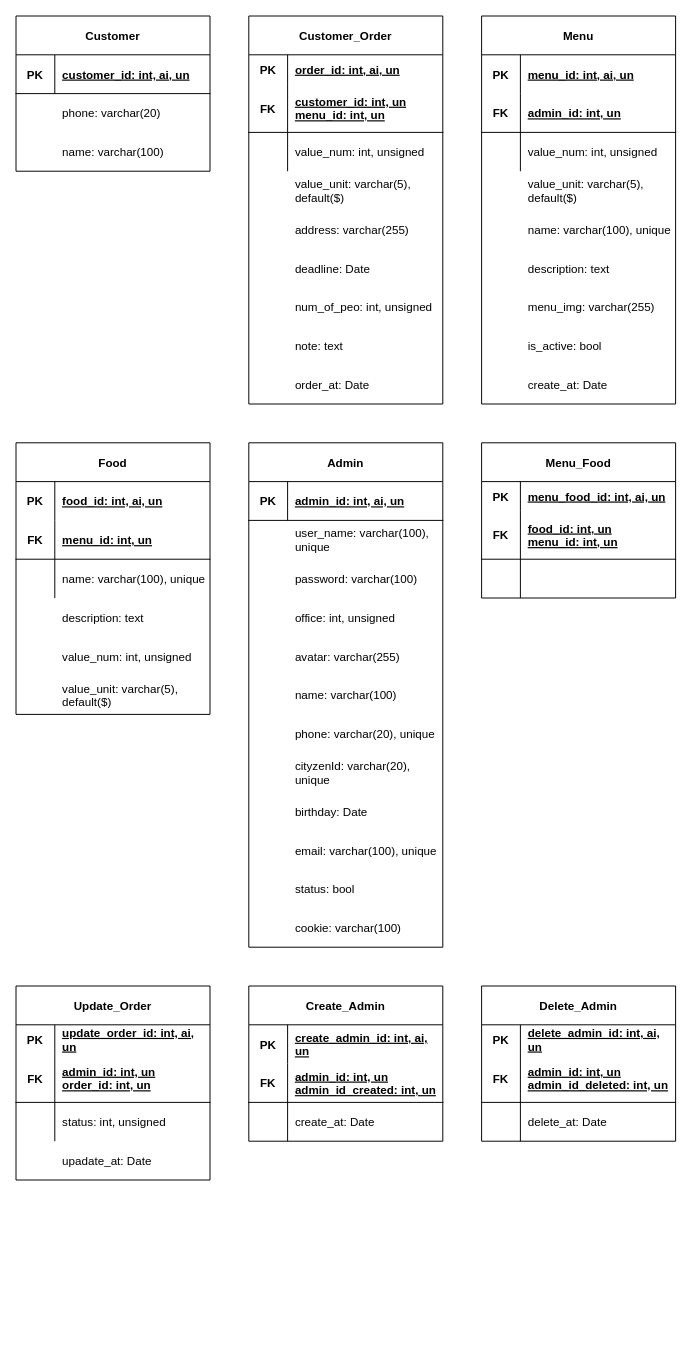
Above: phan_tich/database/database.drawio in caoduonggithub/gourmet-au-catering (draw.io), before the change. Source tidied: cells renumbered, new cells numbered last; positions are measured from the earlier drawing's top-left corner, leaving out a move shared by most shapes. Both pictures are drawn from the tidied source at 97%, with x=0, y=0 at pixel (16, 16).
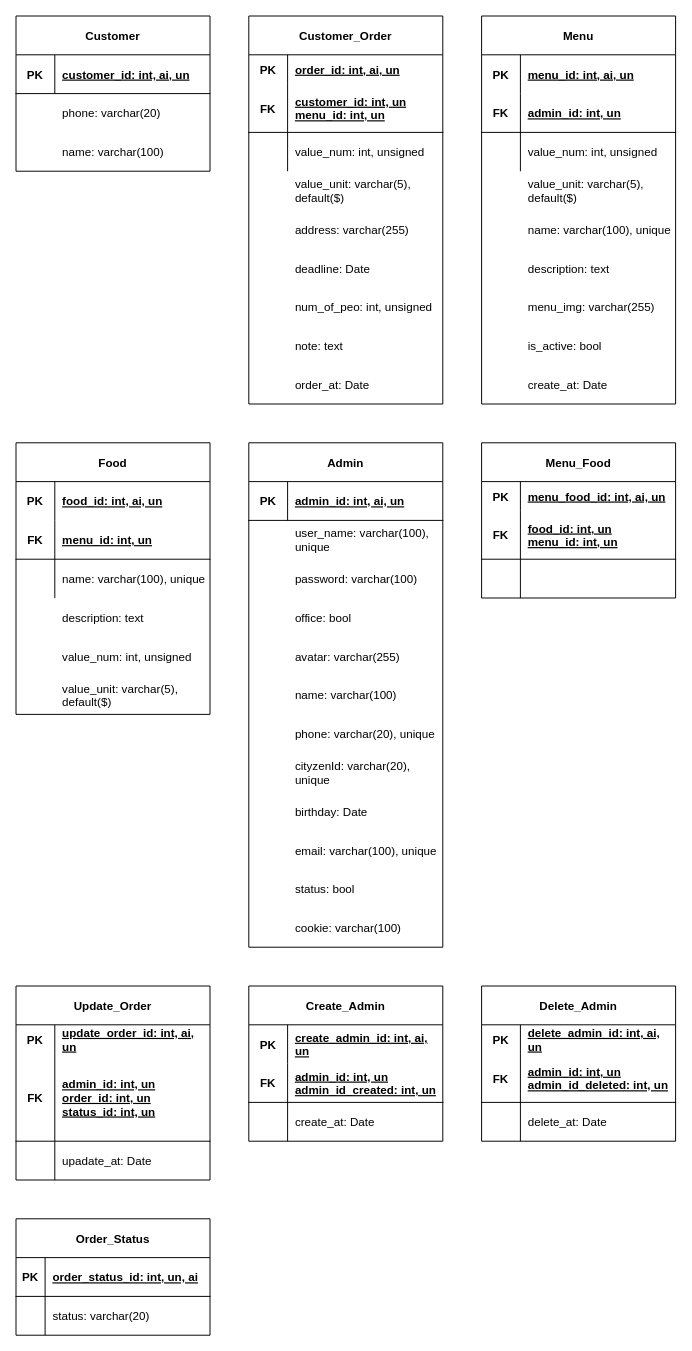
The same diagram, later.

Commit message (it also covers changes not shown here):
Create class Database

The change refers to these unchanged cells:
```xml
<mxCell id="55" value="Update_Order" style="shape=table;startSize=40;childLayout=tableLayout;rowLines=0;fontStyle=1;align=center;" parent="1" vertex="1">
  <mxGeometry y="1000" width="200" height="200" as="geometry" />
</mxCell>
```

The edit, as a diff of the source:
```diff
@@
-    <mxCell id="49" value="office: int, unsigned" style="shape=partialRectangle;fillColor=none;top=0;left=0;bottom=0;right=0;align=left;spacingLeft=6;overflow=hidden;" parent="1" vertex="1">
+    <mxCell id="49" value="office: bool" style="shape=partialRectangle;fillColor=none;top=0;left=0;bottom=0;right=0;align=left;spacingLeft=6;overflow=hidden;" parent="1" vertex="1">
       <mxGeometry x="280" y="600" width="160" height="40" as="geometry" />
     </mxCell>
@@
     <mxCell id="59" style="shape=partialRectangle;fillColor=none;top=0;left=0;bottom=1;right=0;" parent="55" vertex="1">
-      <mxGeometry y="70" width="200" height="50" as="geometry" />
+      <mxGeometry y="70" width="200" height="90" as="geometry" />
     </mxCell>
     <mxCell id="60" value="FK" style="shape=partialRectangle;fillColor=none;top=0;left=0;bottom=0;right=0;fontStyle=1;overflow=hidden;" parent="59" vertex="1">
-      <mxGeometry width="40" height="50" as="geometry" />
+      <mxGeometry width="40" height="90" as="geometry" />
     </mxCell>
-    <mxCell id="61" value="admin_id: int, un&#10;order_id: int, un" style="shape=partialRectangle;fillColor=none;top=0;left=0;bottom=0;right=0;align=left;spacingLeft=6;fontStyle=5;overflow=hidden;" parent="59" vertex="1">
-      <mxGeometry x="40" width="160" height="50" as="geometry" />
+    <mxCell id="61" value="admin_id: int, un&#10;order_id: int, un&#10;status_id: int, un" style="shape=partialRectangle;fillColor=none;top=0;left=0;bottom=0;right=0;align=left;spacingLeft=6;fontStyle=5;overflow=hidden;" parent="59" vertex="1">
+      <mxGeometry x="40" width="160" height="90" as="geometry" />
     </mxCell>
     <mxCell id="62" style="shape=partialRectangle;fillColor=none;top=0;left=0;bottom=0;right=0;" parent="55" vertex="1">
-      <mxGeometry y="120" width="200" height="40" as="geometry" />
+      <mxGeometry y="160" width="200" height="40" as="geometry" />
     </mxCell>
@@
-    <mxCell id="65" value="status: int, unsigned" style="shape=partialRectangle;fillColor=none;top=0;left=0;bottom=0;right=0;align=left;spacingLeft=6;overflow=hidden;" parent="1" vertex="1">
-      <mxGeometry x="40" y="1120" width="160" height="40" as="geometry" />
-    </mxCell>
@@
+    <mxCell id="132" value="Order_Status" style="shape=table;startSize=40;childLayout=tableLayout;rowLines=0;fontStyle=1;align=center;" parent="1" vertex="1">
+      <mxGeometry y="1240" width="200" height="120" as="geometry" />
+    </mxCell>
+    <mxCell id="133" style="shape=partialRectangle;fillColor=none;top=0;left=0;bottom=1;right=0;" parent="132" vertex="1">
+      <mxGeometry y="40" width="200" height="40" as="geometry" />
+    </mxCell>
+    <mxCell id="134" value="PK" style="shape=partialRectangle;fillColor=none;top=0;left=0;bottom=0;right=0;fontStyle=1;overflow=hidden;" parent="133" vertex="1">
+      <mxGeometry width="30" height="40" as="geometry" />
+    </mxCell>
+    <mxCell id="135" value="order_status_id: int, un, ai" style="shape=partialRectangle;fillColor=none;top=0;left=0;bottom=0;right=0;align=left;spacingLeft=6;fontStyle=5;overflow=hidden;" parent="133" vertex="1">
+      <mxGeometry x="30" width="170" height="40" as="geometry" />
+    </mxCell>
+    <mxCell id="136" style="shape=partialRectangle;fillColor=none;top=0;left=0;bottom=0;right=0;" parent="132" vertex="1">
+      <mxGeometry y="80" width="200" height="40" as="geometry" />
+    </mxCell>
+    <mxCell id="137" style="shape=partialRectangle;fillColor=none;top=0;left=0;bottom=0;right=0;overflow=hidden;" parent="136" vertex="1">
+      <mxGeometry width="30" height="40" as="geometry" />
+    </mxCell>
+    <mxCell id="138" value="status: varchar(20)" style="shape=partialRectangle;fillColor=none;top=0;left=0;bottom=0;right=0;align=left;spacingLeft=6;overflow=hidden;" parent="136" vertex="1">
+      <mxGeometry x="30" width="170" height="40" as="geometry" />
+    </mxCell>
```
